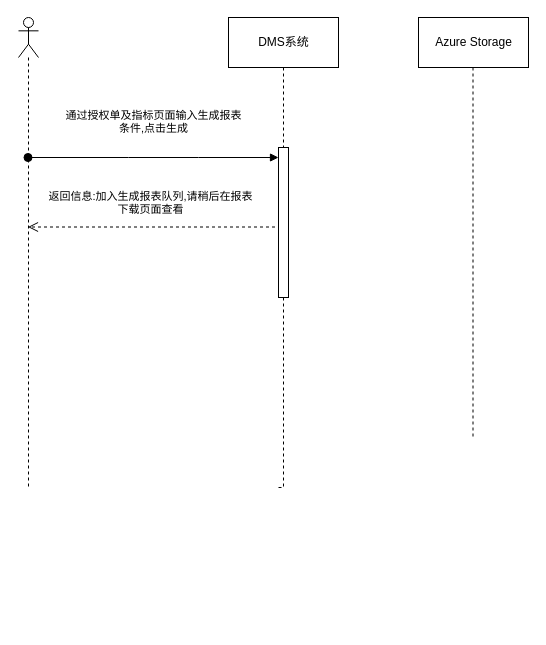
This is testfile/异步生成授权单报表流程.drawio from spinnoza/diagrams, a draw.io file, before an edit. Source tidied: cells renumbered, new cells numbered last; positions are measured from the earlier drawing's top-left corner, leaving out a move shared by most shapes. Both pictures are drawn from the tidied source at 100%, with x=0, y=0 at pixel (18, 17).
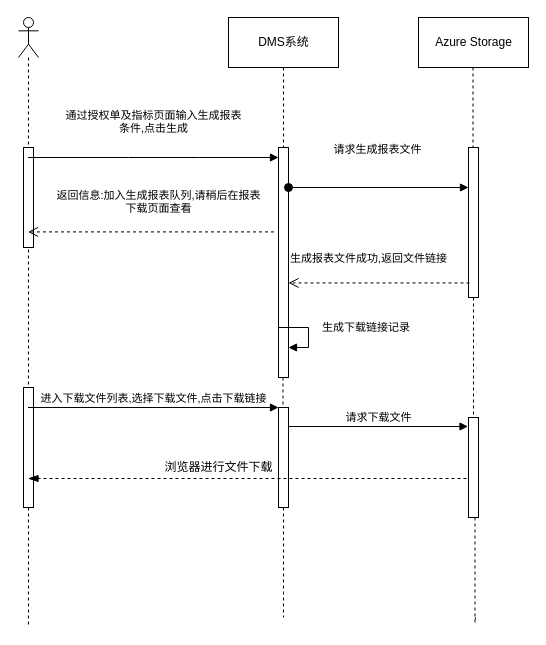
Above is the later version.

Commit message (it also covers changes not shown here):
Update 异步生成授权单报表流程.drawio

Diff of the diagram source:
```diff
@@
     <mxCell id="2" style="shape=umlLifeline;participant=umlActor;perimeter=lifelinePerimeter;whiteSpace=wrap;html=1;verticalAlign=top;spacingTop=36;outlineConnect=0;" parent="1" vertex="1">
-      <mxGeometry width="20" height="470" as="geometry" />
+      <mxGeometry width="20" height="610" as="geometry" />
     </mxCell>
+    <mxCell id="11" style="html=1;perimeter=orthogonalPerimeter;" parent="2" vertex="1">
+      <mxGeometry x="5" y="130" width="10" height="100" as="geometry" />
+    </mxCell>
+    <mxCell id="12" style="html=1;perimeter=orthogonalPerimeter;" parent="2" vertex="1">
+      <mxGeometry x="5" y="370" width="10" height="120" as="geometry" />
+    </mxCell>
-    <mxCell id="3" style="edgeStyle=orthogonalEdgeStyle;rounded=0;jettySize=auto;html=1;exitX=0.5;exitY=1;exitDx=0;exitDy=0;dashed=1;endArrow=none;endFill=0;startArrow=none;" parent="1" edge="1" source="8">
+    <mxCell id="3" style="edgeStyle=orthogonalEdgeStyle;rounded=0;jettySize=auto;html=1;dashed=1;endArrow=none;endFill=0;startArrow=none;exitX=0.45;exitY=1;exitDx=0;exitDy=0;exitPerimeter=0;" parent="1" edge="1" source="8">
       <mxGeometry relative="1" as="geometry">
         <mxPoint x="260" y="470" as="targetPoint" />
         <Array as="points">
           <mxPoint x="265" y="470" />
         </Array>
       </mxGeometry>
     </mxCell>
@@
-    <mxCell id="6" style="edgeStyle=orthogonalEdgeStyle;rounded=0;orthogonalLoop=1;jettySize=auto;html=1;exitX=0.5;exitY=1;exitDx=0;exitDy=0;dashed=1;endArrow=none;endFill=0;" parent="1" edge="1">
+    <mxCell id="6" style="edgeStyle=orthogonalEdgeStyle;rounded=0;jettySize=auto;html=1;exitX=0.5;exitY=1;exitDx=0;exitDy=0;dashed=1;endArrow=none;endFill=0;startArrow=none;" parent="1" edge="1" source="14">
       <mxGeometry relative="1" as="geometry">
-        <mxPoint x="454.5" y="50" as="sourcePoint" />
-        <mxPoint x="454.5" y="420" as="targetPoint" />
+        <mxPoint x="455" y="470" as="targetPoint" />
       </mxGeometry>
     </mxCell>
-    <mxCell id="7" value="通过授权单及指标页面输入生成报表&lt;br&gt;条件,点击生成" style="html=1;verticalAlign=bottom;startArrow=oval;endArrow=block;startSize=8;rounded=0;" parent="1" edge="1" source="2" target="8">
+    <mxCell id="7" value="通过授权单及指标页面输入生成报表&lt;br&gt;条件,点击生成" style="html=1;verticalAlign=bottom;startArrow=none;endArrow=block;startSize=8;rounded=0;startFill=0;" parent="1" edge="1" source="2" target="8">
       <mxGeometry y="20" relative="1" as="geometry">
         <Array as="points">
           <mxPoint x="110" y="140" />
           <mxPoint x="180" y="140" />
         </Array>
       </mxGeometry>
     </mxCell>
     <mxCell id="8" style="html=1;points=[];perimeter=orthogonalPerimeter;" parent="1" vertex="1">
-      <mxGeometry x="260" y="130" width="10" height="150" as="geometry" />
+      <mxGeometry x="260" y="130" width="10" height="230" as="geometry" />
     </mxCell>
@@
-    <mxCell id="10" value="返回信息:加入生成报表队列,请稍后在报表&lt;br&gt;下载页面查看" style="html=1;verticalAlign=bottom;endArrow=open;dashed=1;endSize=8;rounded=0;exitX=-0.35;exitY=0.53;exitDx=0;exitDy=0;exitPerimeter=0;" parent="1" edge="1" source="8" target="2">
-      <mxGeometry x="0.02" y="-9" relative="1" as="geometry">
-        <mxPoint x="1" as="offset" />
-      </mxGeometry>
+    <mxCell id="10" value="返回信息:加入生成报表队列,请稍后在报表&lt;br&gt;下载页面查看" style="html=1;verticalAlign=bottom;endArrow=open;dashed=1;endSize=8;rounded=0;exitX=-0.45;exitY=0.367;exitDx=0;exitDy=0;exitPerimeter=0;" parent="1" edge="1" source="8" target="2">
+      <mxGeometry x="-0.06" y="-14" relative="1" as="geometry" />
     </mxCell>
+    <mxCell id="13" value="请求生成报表文件" style="html=1;verticalAlign=bottom;startArrow=oval;startFill=1;endArrow=block;startSize=8;rounded=0;" parent="1" edge="1">
+      <mxGeometry x="-0.01" y="29" relative="1" as="geometry">
+        <mxPoint x="270" y="170" as="sourcePoint" />
+        <mxPoint x="450" y="170" as="targetPoint" />
+      </mxGeometry>
+    </mxCell>
+    <mxCell id="14" style="html=1;points=[];perimeter=orthogonalPerimeter;" parent="1" vertex="1">
+      <mxGeometry x="450" y="130" width="10" height="150" as="geometry" />
+    </mxCell>
+    <mxCell id="15" style="edgeStyle=orthogonalEdgeStyle;rounded=0;jettySize=auto;html=1;exitX=0.5;exitY=1;exitDx=0;exitDy=0;dashed=1;endArrow=none;endFill=0;" parent="1" edge="1" target="14">
+      <mxGeometry relative="1" as="geometry">
+        <mxPoint x="454.5" y="50" as="sourcePoint" />
+      </mxGeometry>
+    </mxCell>
+    <mxCell id="16" value="生成报表文件成功,返回文件链接" style="html=1;verticalAlign=bottom;endArrow=open;dashed=1;endSize=8;rounded=0;exitX=0.1;exitY=0.903;exitDx=0;exitDy=0;exitPerimeter=0;" parent="1" edge="1" source="14" target="8">
+      <mxGeometry x="0.12" y="-15" relative="1" as="geometry" />
+    </mxCell>
+    <mxCell id="17" value="生成下载链接记录&lt;br&gt;" style="edgeStyle=orthogonalEdgeStyle;html=1;align=left;spacingLeft=2;endArrow=block;rounded=0;entryX=1;entryY=0;" parent="1" edge="1">
+      <mxGeometry x="-0.14" y="10" relative="1" as="geometry">
+        <mxPoint x="260" y="310" as="sourcePoint" />
+        <mxPoint x="270" y="330" as="targetPoint" />
+        <Array as="points">
+          <mxPoint x="290" y="310" />
+        </Array>
+      </mxGeometry>
+    </mxCell>
+    <mxCell id="18" style="html=1;points=[];perimeter=orthogonalPerimeter;" parent="1" vertex="1">
+      <mxGeometry x="260" y="390" width="10" height="100" as="geometry" />
+    </mxCell>
+    <mxCell id="19" value="进入下载文件列表,选择下载文件,点击下载链接" style="html=1;verticalAlign=bottom;endArrow=block;entryX=0;entryY=0;rounded=0;" parent="1" edge="1" source="2" target="18">
+      <mxGeometry relative="1" as="geometry" />
+    </mxCell>
+    <mxCell id="20" style="html=1;points=[];perimeter=orthogonalPerimeter;" parent="1" vertex="1">
+      <mxGeometry x="450" y="400" width="10" height="100" as="geometry" />
+    </mxCell>
+    <mxCell id="21" value="请求下载文件" style="html=1;verticalAlign=bottom;endArrow=block;entryX=-0.05;entryY=0.09;rounded=0;entryDx=0;entryDy=0;entryPerimeter=0;" parent="1" edge="1" source="18" target="20">
+      <mxGeometry relative="1" as="geometry" />
+    </mxCell>
+    <mxCell id="22" style="html=1;verticalAlign=bottom;endArrow=blockThin;dashed=1;endSize=8;exitX=-0.2;exitY=0.61;rounded=0;exitDx=0;exitDy=0;exitPerimeter=0;endFill=1;" parent="1" edge="1" source="20" target="2">
+      <mxGeometry x="-0.16" y="-45" relative="1" as="geometry" />
+    </mxCell>
+    <mxCell id="23" value="浏览器进行文件下载" style="text;html=1;align=center;verticalAlign=middle;strokeColor=none;fillColor=none;" parent="1" vertex="1">
+      <mxGeometry x="135" y="435" width="130" height="30" as="geometry" />
+    </mxCell>
+    <mxCell id="24" style="edgeStyle=orthogonalEdgeStyle;rounded=0;jettySize=auto;html=1;exitX=0.65;exitY=1;exitDx=0;exitDy=0;dashed=1;endArrow=none;endFill=0;exitPerimeter=0;" parent="1" edge="1" source="20">
+      <mxGeometry relative="1" as="geometry">
+        <mxPoint x="457" y="600" as="targetPoint" />
+        <Array as="points">
+          <mxPoint x="457" y="605" />
+        </Array>
+      </mxGeometry>
+    </mxCell>
+    <mxCell id="25" style="edgeStyle=orthogonalEdgeStyle;rounded=0;orthogonalLoop=1;jettySize=auto;html=1;dashed=1;endArrow=none;endFill=0;" parent="1" edge="1">
+      <mxGeometry relative="1" as="geometry">
+        <mxPoint x="265" y="490" as="sourcePoint" />
+        <mxPoint x="265" y="600" as="targetPoint" />
+        <Array as="points">
+          <mxPoint x="265" y="575" />
+        </Array>
+      </mxGeometry>
+    </mxCell>
```
